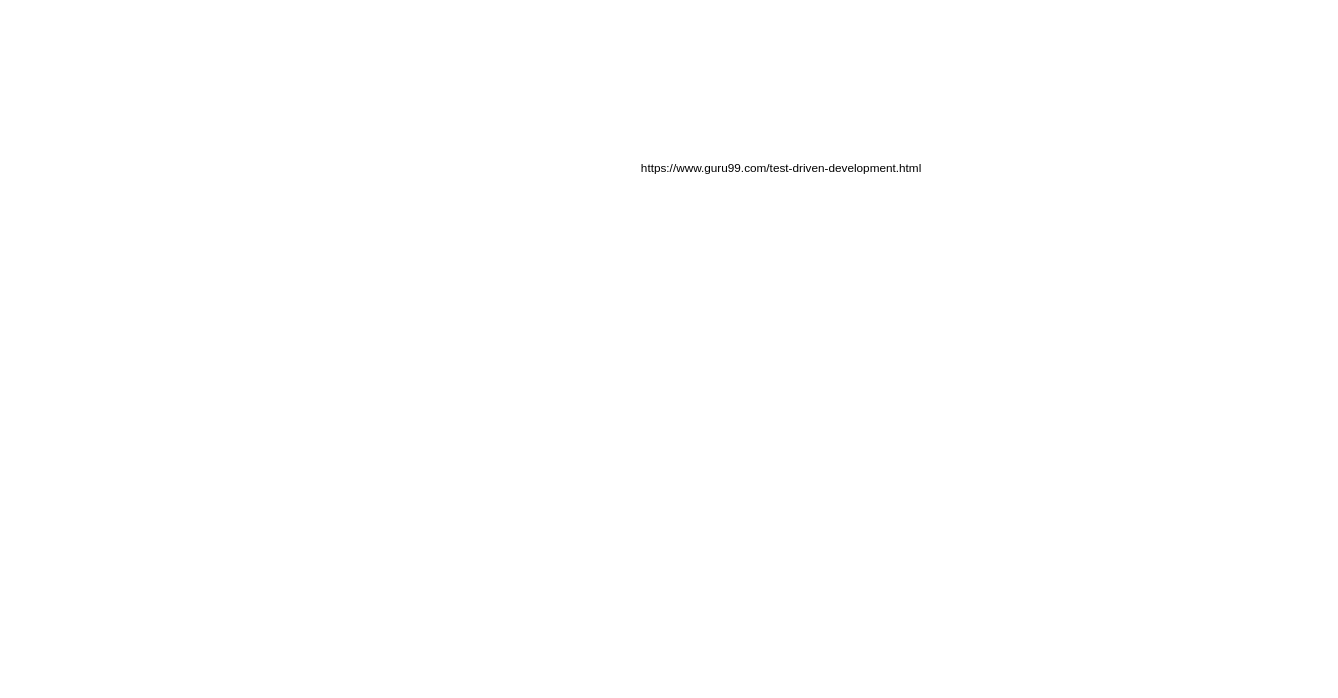
Above: TDD Concept Map.drawio in vincent9394/ioDraw (draw.io), before the change. Source tidied: cells renumbered, new cells numbered last; positions are measured from the earlier drawing's top-left corner, leaving out a move shared by most shapes. Both pictures are drawn from the tidied source at 98%, with x=0, y=0 at pixel (634, 154).
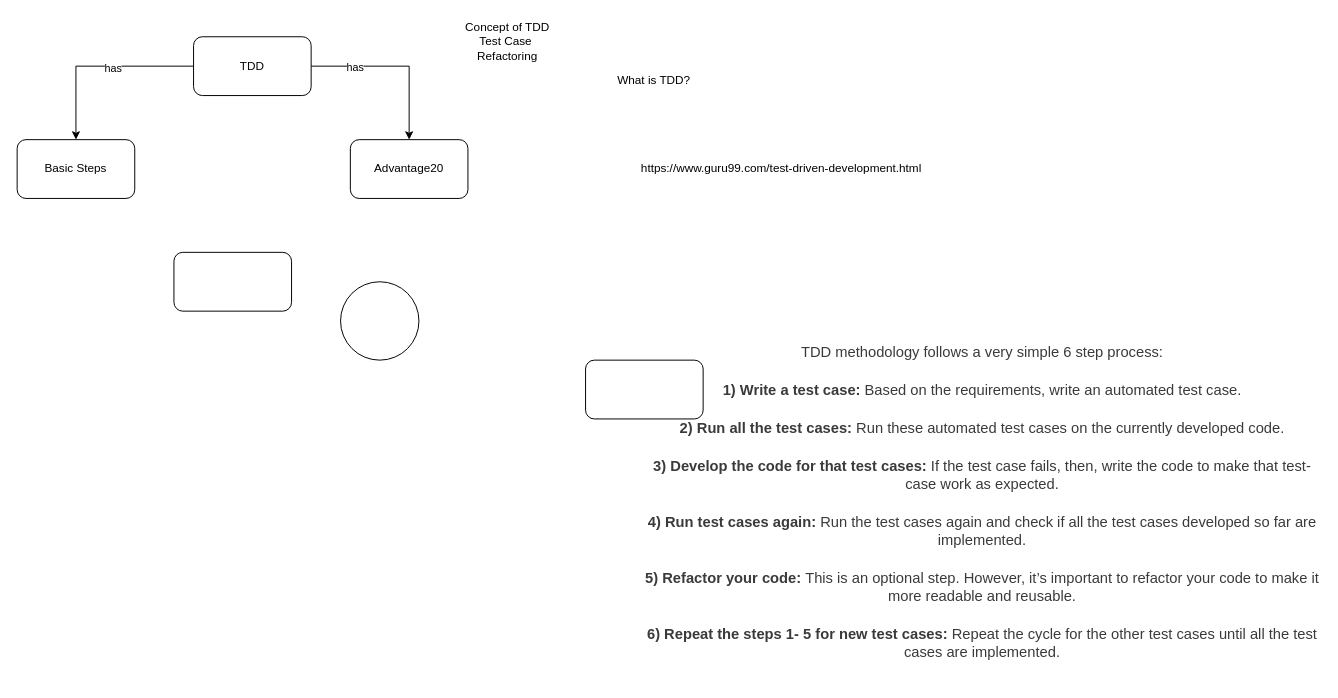
The same diagram, later.

What changed in the source:
```diff
@@
 <mxGraphModel>
   <root>
     <mxCell id="0" />
     <mxCell id="1" parent="0" />
     <mxCell id="2" value="https://www.guru99.com/test-driven-development.html" style="text;html=1;strokeColor=none;fillColor=none;align=center;verticalAlign=middle;whiteSpace=wrap;rounded=0;" parent="1" vertex="1">
       <mxGeometry width="300" height="30" as="geometry" />
     </mxCell>
+    <mxCell id="3" style="edgeStyle=orthogonalEdgeStyle;rounded=0;jettySize=auto;html=1;entryX=0.5;entryY=0;entryDx=0;entryDy=0;" parent="1" edge="1" source="7" target="9">
+      <mxGeometry relative="1" as="geometry" />
+    </mxCell>
+    <mxCell id="4" value="has" style="edgeLabel;html=1;align=center;verticalAlign=middle;" parent="3" vertex="1">
+      <mxGeometry x="-0.15" y="1" relative="1" as="geometry" />
+    </mxCell>
+    <mxCell id="5" style="edgeStyle=orthogonalEdgeStyle;rounded=0;jettySize=auto;html=1;entryX=0.5;entryY=0;entryDx=0;entryDy=0;" parent="1" edge="1" source="7" target="10">
+      <mxGeometry relative="1" as="geometry" />
+    </mxCell>
+    <mxCell id="6" value="has" style="edgeLabel;html=1;align=center;verticalAlign=middle;" parent="5" vertex="1">
+      <mxGeometry x="-0.5" relative="1" as="geometry" />
+    </mxCell>
+    <mxCell id="7" value="TDD" style="rounded=1;whiteSpace=wrap;html=1;" parent="1" vertex="1">
+      <mxGeometry x="-450" y="-120" width="120" height="60" as="geometry" />
+    </mxCell>
+    <mxCell id="8" value="What is TDD?" style="text;html=1;strokeColor=none;fillColor=none;align=center;verticalAlign=middle;whiteSpace=wrap;rounded=0;" parent="1" vertex="1">
+      <mxGeometry x="-30" y="-90" width="100" height="30" as="geometry" />
+    </mxCell>
+    <mxCell id="9" value="Basic Steps" style="rounded=1;whiteSpace=wrap;html=1;" parent="1" vertex="1">
+      <mxGeometry x="-630" y="-15" width="120" height="60" as="geometry" />
+    </mxCell>
+    <mxCell id="10" value="Advantage20" style="rounded=1;whiteSpace=wrap;html=1;" parent="1" vertex="1">
+      <mxGeometry x="-290" y="-15" width="120" height="60" as="geometry" />
+    </mxCell>
+    <mxCell id="11" value="Concept of TDD&lt;br&gt;Test Case&amp;nbsp;&lt;br&gt;Refactoring" style="text;html=1;align=center;verticalAlign=middle;strokeColor=none;fillColor=none;" parent="1" vertex="1">
+      <mxGeometry x="-180" y="-140" width="100" height="50" as="geometry" />
+    </mxCell>
+    <mxCell id="12" value="&lt;p style=&quot;font-size: 15px ; border: 0px ; margin: 0px 0px 1.4em ; padding: 0px ; color: rgb(58 , 58 , 58) ; font-family: &amp;#34;work sans&amp;#34; , sans-serif ; background-color: rgb(255 , 255 , 255)&quot;&gt;TDD methodology follows a very simple 6 step process:&lt;/p&gt;&lt;p style=&quot;font-size: 15px ; border: 0px ; margin: 0px 0px 1.4em ; padding: 0px ; color: rgb(58 , 58 , 58) ; font-family: &amp;#34;work sans&amp;#34; , sans-serif ; background-color: rgb(255 , 255 , 255)&quot;&gt;&lt;span style=&quot;border: 0px ; margin: 0px ; padding: 0px ; font-weight: 700&quot;&gt;1) Write a test case:&lt;/span&gt;&amp;nbsp;Based on the requirements, write an automated test case.&lt;/p&gt;&lt;p style=&quot;font-size: 15px ; border: 0px ; margin: 0px 0px 1.4em ; padding: 0px ; color: rgb(58 , 58 , 58) ; font-family: &amp;#34;work sans&amp;#34; , sans-serif ; background-color: rgb(255 , 255 , 255)&quot;&gt;&lt;span style=&quot;border: 0px ; margin: 0px ; padding: 0px ; font-weight: 700&quot;&gt;2) Run all the test cases:&lt;/span&gt;&amp;nbsp;Run these automated test cases on the currently developed code.&lt;/p&gt;&lt;p style=&quot;font-size: 15px ; border: 0px ; margin: 0px 0px 1.4em ; padding: 0px ; color: rgb(58 , 58 , 58) ; font-family: &amp;#34;work sans&amp;#34; , sans-serif ; background-color: rgb(255 , 255 , 255)&quot;&gt;&lt;span style=&quot;border: 0px ; margin: 0px ; padding: 0px ; font-weight: 700&quot;&gt;3) Develop the code for that test cases:&lt;/span&gt;&amp;nbsp;If the test case fails, then, write the code to make that test-case work as expected.&lt;/p&gt;&lt;p style=&quot;font-size: 15px ; border: 0px ; margin: 0px 0px 1.4em ; padding: 0px ; color: rgb(58 , 58 , 58) ; font-family: &amp;#34;work sans&amp;#34; , sans-serif ; background-color: rgb(255 , 255 , 255)&quot;&gt;&lt;span style=&quot;border: 0px ; margin: 0px ; padding: 0px ; font-weight: 700&quot;&gt;4) Run test cases again:&lt;/span&gt;&amp;nbsp;Run the test cases again and check if all the test cases developed so far are implemented.&lt;/p&gt;&lt;p style=&quot;font-size: 15px ; border: 0px ; margin: 0px 0px 1.4em ; padding: 0px ; color: rgb(58 , 58 , 58) ; font-family: &amp;#34;work sans&amp;#34; , sans-serif ; background-color: rgb(255 , 255 , 255)&quot;&gt;&lt;span style=&quot;border: 0px ; margin: 0px ; padding: 0px ; font-weight: 700&quot;&gt;5) Refactor your code:&lt;/span&gt;&amp;nbsp;This is an optional step. However, it’s important to refactor your code to make it more readable and reusable.&lt;/p&gt;&lt;p style=&quot;font-size: 15px ; border: 0px ; margin: 0px 0px 1.4em ; padding: 0px ; color: rgb(58 , 58 , 58) ; font-family: &amp;#34;work sans&amp;#34; , sans-serif ; background-color: rgb(255 , 255 , 255)&quot;&gt;&lt;span style=&quot;border: 0px ; margin: 0px ; padding: 0px ; font-weight: 700&quot;&gt;6) Repeat the steps 1- 5 for new test cases:&lt;/span&gt;&amp;nbsp;Repeat the cycle for the other test cases until all the test cases are implemented.&lt;/p&gt;" style="text;html=1;strokeColor=none;fillColor=none;align=center;verticalAlign=middle;whiteSpace=wrap;rounded=0;" parent="1" vertex="1">
+      <mxGeometry x="10" y="350" width="690" height="30" as="geometry" />
+    </mxCell>
+    <mxCell id="13" style="ellipse;whiteSpace=wrap;html=1;" parent="1" vertex="1">
+      <mxGeometry x="-300" y="130" width="80" height="80" as="geometry" />
+    </mxCell>
+    <mxCell id="14" style="rounded=1;whiteSpace=wrap;html=1;" parent="1" vertex="1">
+      <mxGeometry x="-50" y="210" width="120" height="60" as="geometry" />
+    </mxCell>
+    <mxCell id="15" style="rounded=1;whiteSpace=wrap;html=1;" parent="1" vertex="1">
+      <mxGeometry x="-470" y="100" width="120" height="60" as="geometry" />
+    </mxCell>
   </root>
 </mxGraphModel>
```
